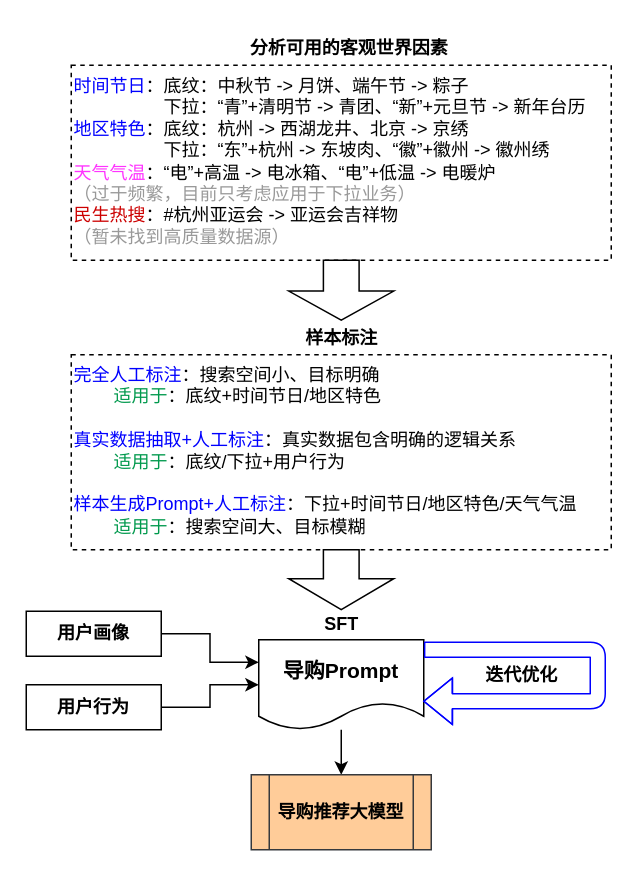
Earlier version of the draw.io diagram page "整体工作流程" (1 of 3) of Other_img/客观环境LLM建设图.drawio (cheungwoonming/picx-images-hosting). Source tidied: cells renumbered, new cells numbered last; positions are measured from the earlier drawing's top-left corner, leaving out a move shared by most shapes. Both pictures are drawn from the tidied source at 150%, with x=0, y=0 at pixel (26, 26).
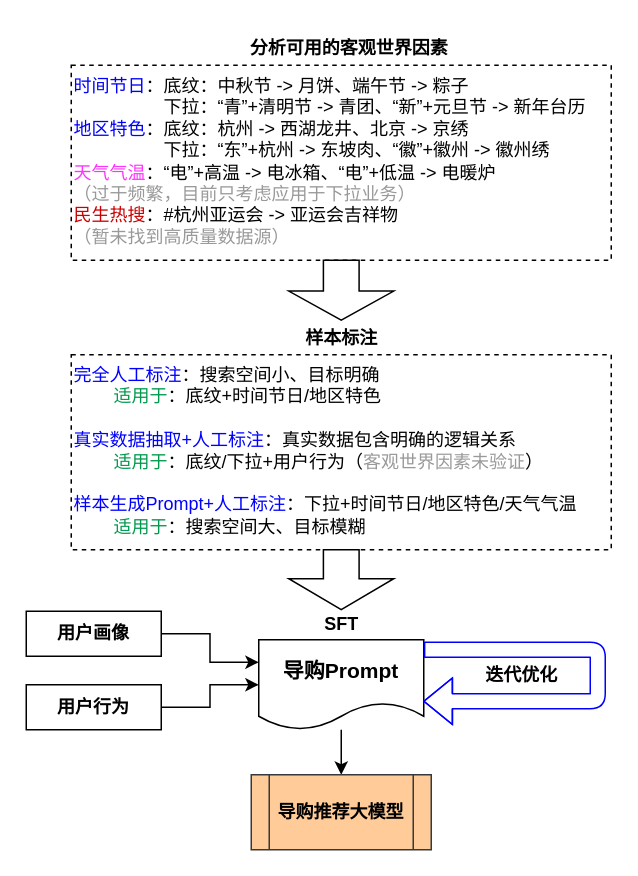
The same diagram, later.

The edit, as a diff of the source:
```diff
@@
-    <mxCell id="4" value="&lt;div style=&quot;&quot;&gt;&lt;font color=&quot;#0000ff&quot;&gt;完全人工标注&lt;/font&gt;：搜索空间小、目标明确&lt;/div&gt;&lt;font style=&quot;background-color: initial;&quot;&gt;&lt;span style=&quot;color: rgb(0, 0, 255); white-space: pre;&quot;&gt;&#9;&lt;/span&gt;&lt;font color=&quot;#00994d&quot;&gt;适用于&lt;/font&gt;&lt;/font&gt;&lt;span style=&quot;background-color: initial;&quot;&gt;：&lt;/span&gt;底纹+时间节日/地区特色&lt;div style=&quot;&quot;&gt;&lt;br&gt;&lt;/div&gt;&lt;div style=&quot;&quot;&gt;&lt;font color=&quot;#0000ff&quot;&gt;真实数据抽取+人工标注&lt;/font&gt;：真实数据包含明确的逻辑关系&lt;/div&gt;&lt;div style=&quot;&quot;&gt;&lt;span style=&quot;white-space: pre;&quot;&gt;&#9;&lt;/span&gt;&lt;font color=&quot;#00994d&quot;&gt;适用于&lt;/font&gt;：底纹/下拉+用户行为&lt;br&gt;&lt;/div&gt;&lt;div style=&quot;&quot;&gt;&lt;font color=&quot;#0000ff&quot;&gt;&lt;br&gt;&lt;/font&gt;&lt;/div&gt;&lt;div style=&quot;&quot;&gt;&lt;font color=&quot;#0000ff&quot;&gt;样本生成Prompt+人工标注&lt;/font&gt;：下拉+时间节日/地区特色/天气气温&lt;/div&gt;&lt;div style=&quot;&quot;&gt;&lt;span style=&quot;color: rgb(0, 0, 255); white-space: pre;&quot;&gt;&#9;&lt;/span&gt;&lt;font color=&quot;#00994d&quot;&gt;适用于&lt;/font&gt;：搜索空间大、目标模糊&lt;/div&gt;" style="rounded=0;whiteSpace=wrap;html=1;dashed=1;fillColor=none;align=left;labelPosition=center;verticalLabelPosition=middle;verticalAlign=top;" parent="1" vertex="1">
+    <mxCell id="4" value="&lt;div style=&quot;&quot;&gt;&lt;font color=&quot;#0000ff&quot;&gt;完全人工标注&lt;/font&gt;：搜索空间小、目标明确&lt;/div&gt;&lt;font style=&quot;background-color: initial;&quot;&gt;&lt;span style=&quot;color: rgb(0, 0, 255); white-space: pre;&quot;&gt;&#9;&lt;/span&gt;&lt;font color=&quot;#00994d&quot;&gt;适用于&lt;/font&gt;&lt;/font&gt;&lt;span style=&quot;background-color: initial;&quot;&gt;：&lt;/span&gt;底纹+时间节日/地区特色&lt;div style=&quot;&quot;&gt;&lt;br&gt;&lt;/div&gt;&lt;div style=&quot;&quot;&gt;&lt;font color=&quot;#0000ff&quot;&gt;真实数据抽取+人工标注&lt;/font&gt;：真实数据包含明确的逻辑关系&lt;/div&gt;&lt;div style=&quot;&quot;&gt;&lt;span style=&quot;white-space: pre;&quot;&gt;&#9;&lt;/span&gt;&lt;font color=&quot;#00994d&quot;&gt;适用于&lt;/font&gt;：底纹/下拉+用户行为（&lt;font color=&quot;#999999&quot;&gt;客观世界因素未验证&lt;/font&gt;）&lt;br&gt;&lt;/div&gt;&lt;div style=&quot;&quot;&gt;&lt;font color=&quot;#0000ff&quot;&gt;&lt;br&gt;&lt;/font&gt;&lt;/div&gt;&lt;div style=&quot;&quot;&gt;&lt;font color=&quot;#0000ff&quot;&gt;样本生成Prompt+人工标注&lt;/font&gt;：下拉+时间节日/地区特色/天气气温&lt;/div&gt;&lt;div style=&quot;&quot;&gt;&lt;span style=&quot;color: rgb(0, 0, 255); white-space: pre;&quot;&gt;&#9;&lt;/span&gt;&lt;font color=&quot;#00994d&quot;&gt;适用于&lt;/font&gt;：搜索空间大、目标模糊&lt;/div&gt;" style="rounded=0;whiteSpace=wrap;html=1;dashed=1;fillColor=none;align=left;labelPosition=center;verticalLabelPosition=middle;verticalAlign=top;" parent="1" vertex="1">
       <mxGeometry x="30" y="219" width="360" height="130" as="geometry" />
     </mxCell>
```
